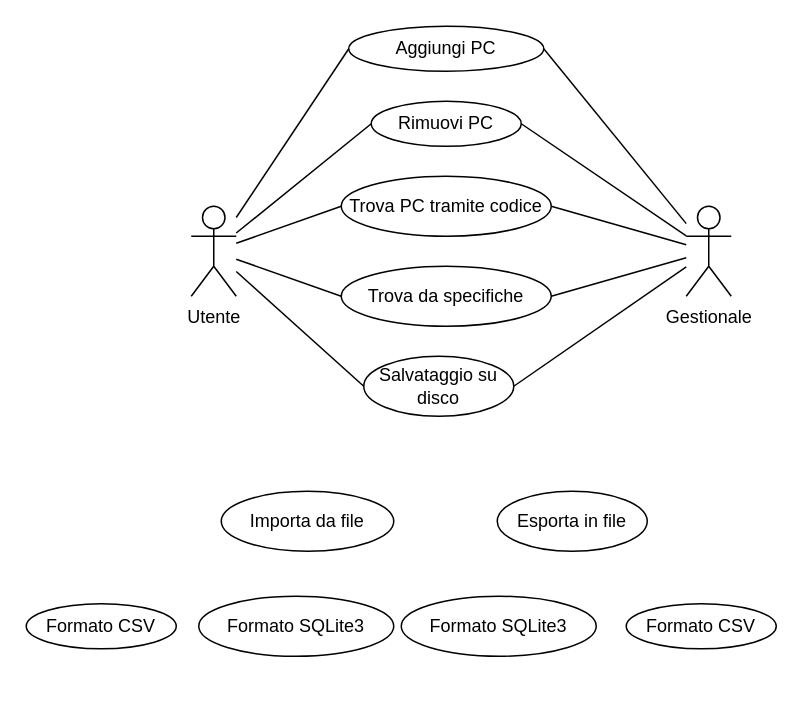
The draw.io diagram Gestionale_UseCase.drawio in gifede/UML_21_10_2026, before the edit. Source tidied: cells renumbered, new cells numbered last; positions are measured from the earlier drawing's top-left corner, leaving out a move shared by most shapes. Both pictures are drawn from the tidied source at 150%, with x=0, y=0 at pixel (26, 26).
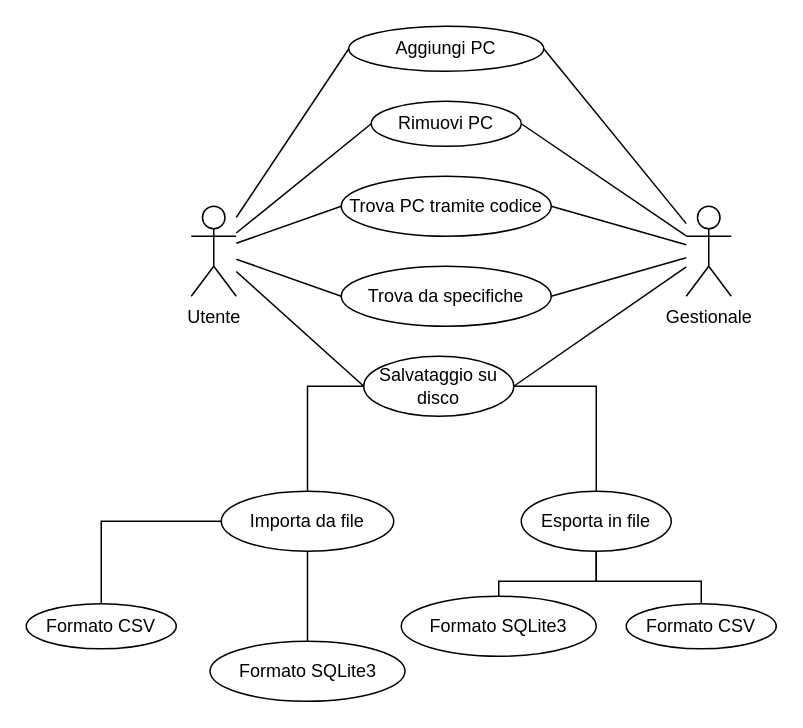
Above is the later version.

The change refers to these unchanged cells:
```xml
<mxCell id="12" value="Salvataggio su disco" style="ellipse;whiteSpace=wrap;html=1;" parent="1" vertex="1">
  <mxGeometry x="225" y="220" width="100" height="40" as="geometry" />
</mxCell>
<mxCell id="19" value="Importa da file" style="ellipse;whiteSpace=wrap;html=1;" parent="1" vertex="1">
  <mxGeometry x="130" y="310" width="115" height="40" as="geometry" />
</mxCell>
<mxCell id="20" value="Formato CSV" style="ellipse;whiteSpace=wrap;html=1;" parent="1" vertex="1">
  <mxGeometry x="400" y="385" width="100" height="30" as="geometry" />
</mxCell>
<mxCell id="21" value="Formato SQLite3" style="ellipse;whiteSpace=wrap;html=1;" parent="1" vertex="1">
  <mxGeometry x="250" y="380" width="130" height="40" as="geometry" />
</mxCell>
<mxCell id="23" value="Formato CSV" style="ellipse;whiteSpace=wrap;html=1;" parent="1" vertex="1">
  <mxGeometry y="385" width="100" height="30" as="geometry" />
</mxCell>
```

Diff of the diagram source:
```diff
@@
+    <mxCell id="25" style="edgeStyle=orthogonalEdgeStyle;rounded=0;jettySize=auto;html=1;exitX=0;exitY=0.5;exitDx=0;exitDy=0;entryX=0.5;entryY=0;entryDx=0;entryDy=0;endArrow=none;endFill=0;" parent="1" edge="1" source="12" target="19">
+      <mxGeometry x="0.1" relative="1" as="geometry" />
+    </mxCell>
+    <mxCell id="26" style="edgeStyle=orthogonalEdgeStyle;rounded=0;jettySize=auto;html=1;exitX=1;exitY=0.5;exitDx=0;exitDy=0;entryX=0.5;entryY=0;entryDx=0;entryDy=0;endArrow=none;endFill=0;" parent="1" edge="1" source="12" target="22">
+      <mxGeometry x="0.01" relative="1" as="geometry" />
+    </mxCell>
@@
+    <mxCell id="27" style="edgeStyle=orthogonalEdgeStyle;rounded=0;jettySize=auto;html=1;entryX=0.5;entryY=0;entryDx=0;entryDy=0;endArrow=none;endFill=0;" parent="1" edge="1" source="19" target="23">
+      <mxGeometry x="0.01" relative="1" as="geometry" />
+    </mxCell>
+    <mxCell id="28" style="edgeStyle=orthogonalEdgeStyle;rounded=0;jettySize=auto;html=1;entryX=0.5;entryY=0;entryDx=0;entryDy=0;endArrow=none;endFill=0;" parent="1" edge="1" source="19" target="24">
+      <mxGeometry relative="1" as="geometry" />
+    </mxCell>
@@
+    <mxCell id="29" style="edgeStyle=orthogonalEdgeStyle;rounded=0;jettySize=auto;html=1;exitX=0.5;exitY=1;exitDx=0;exitDy=0;entryX=0.5;entryY=0;entryDx=0;entryDy=0;endArrow=none;endFill=0;" parent="1" edge="1" source="22" target="21">
+      <mxGeometry relative="1" as="geometry" />
+    </mxCell>
+    <mxCell id="30" style="edgeStyle=orthogonalEdgeStyle;rounded=0;jettySize=auto;html=1;exitX=0.5;exitY=1;exitDx=0;exitDy=0;entryX=0.5;entryY=0;entryDx=0;entryDy=0;endArrow=none;endFill=0;" parent="1" edge="1" source="22" target="20">
+      <mxGeometry x="0.01" relative="1" as="geometry" />
+    </mxCell>
     <mxCell id="22" value="Esporta in file" style="ellipse;whiteSpace=wrap;html=1;" parent="1" vertex="1">
-      <mxGeometry x="314" y="310" width="100" height="40" as="geometry" />
+      <mxGeometry x="330" y="310" width="100" height="40" as="geometry" />
     </mxCell>
@@
     <mxCell id="24" value="Formato SQLite3" style="ellipse;whiteSpace=wrap;html=1;" parent="1" vertex="1">
-      <mxGeometry x="115" y="380" width="130" height="40" as="geometry" />
+      <mxGeometry x="122.5" y="410" width="130" height="40" as="geometry" />
     </mxCell>
```
